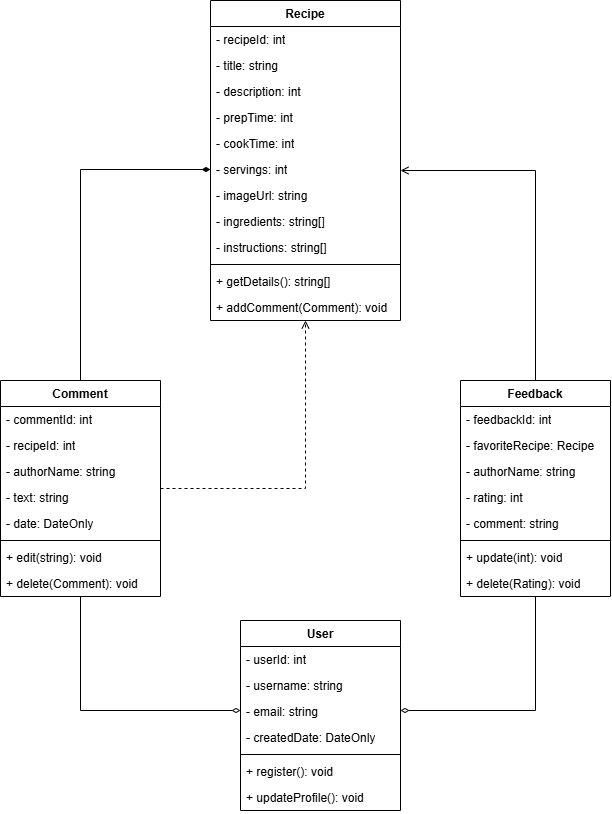
k-joshh/PicnicBites keeps this draw.io diagram as class_diagram.png. Above is the earlier version. Source tidied: cells renumbered, new cells last; positions are measured from the earlier drawing's top-left corner, leaving out a move shared by most shapes. Source of this version:
```xml
<mxGraphModel>
  <root>
    <mxCell id="0" />
    <mxCell id="1" parent="0" />
    <mxCell id="2" value="Recipe" style="swimlane;fontStyle=1;align=center;verticalAlign=top;horizontal=1;startSize=26;whiteSpace=wrap;html=1;" parent="1" vertex="1">
      <mxGeometry x="210" width="190" height="320" as="geometry" />
    </mxCell>
    <mxCell id="3" value="- recipeId: int" style="text;strokeColor=none;fillColor=none;align=left;verticalAlign=top;spacingLeft=4;spacingRight=4;overflow=hidden;whiteSpace=wrap;html=1;" parent="2" vertex="1">
      <mxGeometry y="26" width="190" height="26" as="geometry" />
    </mxCell>
    <mxCell id="4" value="- title: string" style="text;strokeColor=none;fillColor=none;align=left;verticalAlign=top;spacingLeft=4;spacingRight=4;overflow=hidden;whiteSpace=wrap;html=1;" parent="2" vertex="1">
      <mxGeometry y="52" width="190" height="26" as="geometry" />
    </mxCell>
    <mxCell id="5" value="- description: int" style="text;strokeColor=none;fillColor=none;align=left;verticalAlign=top;spacingLeft=4;spacingRight=4;overflow=hidden;whiteSpace=wrap;html=1;" parent="2" vertex="1">
      <mxGeometry y="78" width="190" height="26" as="geometry" />
    </mxCell>
    <mxCell id="6" value="- prepTime: int" style="text;strokeColor=none;fillColor=none;align=left;verticalAlign=top;spacingLeft=4;spacingRight=4;overflow=hidden;whiteSpace=wrap;html=1;" parent="2" vertex="1">
      <mxGeometry y="104" width="190" height="26" as="geometry" />
    </mxCell>
    <mxCell id="7" value="- cookTime: int" style="text;strokeColor=none;fillColor=none;align=left;verticalAlign=top;spacingLeft=4;spacingRight=4;overflow=hidden;whiteSpace=wrap;html=1;" parent="2" vertex="1">
      <mxGeometry y="130" width="190" height="26" as="geometry" />
    </mxCell>
    <mxCell id="8" value="- servings: int" style="text;strokeColor=none;fillColor=none;align=left;verticalAlign=top;spacingLeft=4;spacingRight=4;overflow=hidden;points=[[0,0.5],[1,0.5]];portConstraint=eastwest;whiteSpace=wrap;html=1;" parent="2" vertex="1">
      <mxGeometry y="156" width="190" height="26" as="geometry" />
    </mxCell>
    <mxCell id="9" value="- imageUrl: string" style="text;strokeColor=none;fillColor=none;align=left;verticalAlign=top;spacingLeft=4;spacingRight=4;overflow=hidden;whiteSpace=wrap;html=1;" parent="2" vertex="1">
      <mxGeometry y="182" width="190" height="26" as="geometry" />
    </mxCell>
    <mxCell id="10" value="- ingredients: string[]" style="text;strokeColor=none;fillColor=none;align=left;verticalAlign=top;spacingLeft=4;spacingRight=4;overflow=hidden;whiteSpace=wrap;html=1;" parent="2" vertex="1">
      <mxGeometry y="208" width="190" height="26" as="geometry" />
    </mxCell>
    <mxCell id="11" value="- instructions: string[]" style="text;strokeColor=none;fillColor=none;align=left;verticalAlign=top;spacingLeft=4;spacingRight=4;overflow=hidden;whiteSpace=wrap;html=1;" parent="2" vertex="1">
      <mxGeometry y="234" width="190" height="26" as="geometry" />
    </mxCell>
    <mxCell id="12" style="line;strokeWidth=1;fillColor=none;align=left;verticalAlign=middle;spacingTop=-1;spacingLeft=3;spacingRight=3;labelPosition=right;strokeColor=inherit;" parent="2" vertex="1">
      <mxGeometry y="260" width="190" height="8" as="geometry" />
    </mxCell>
    <mxCell id="13" value="+ getDetails(): string[]" style="text;strokeColor=none;fillColor=none;align=left;verticalAlign=top;spacingLeft=4;spacingRight=4;overflow=hidden;whiteSpace=wrap;html=1;" parent="2" vertex="1">
      <mxGeometry y="268" width="190" height="26" as="geometry" />
    </mxCell>
    <mxCell id="14" value="+ addComment(Comment): void" style="text;strokeColor=none;fillColor=none;align=left;verticalAlign=top;spacingLeft=4;spacingRight=4;overflow=hidden;whiteSpace=wrap;html=1;" parent="2" vertex="1">
      <mxGeometry y="294" width="190" height="26" as="geometry" />
    </mxCell>
    <mxCell id="15" style="edgeStyle=orthogonalEdgeStyle;rounded=0;jettySize=auto;html=1;endArrow=open;endFill=0;dashed=1;" parent="1" edge="1" source="17" target="2">
      <mxGeometry relative="1" as="geometry" />
    </mxCell>
    <mxCell id="16" style="edgeStyle=orthogonalEdgeStyle;rounded=0;jettySize=auto;html=1;endArrow=diamondThin;endFill=0;" parent="1" edge="1" source="17" target="38">
      <mxGeometry relative="1" as="geometry">
        <Array as="points">
          <mxPoint x="80" y="710" />
        </Array>
      </mxGeometry>
    </mxCell>
    <mxCell id="17" value="Comment" style="swimlane;fontStyle=1;align=center;verticalAlign=top;horizontal=1;startSize=26;whiteSpace=wrap;html=1;" parent="1" vertex="1">
      <mxGeometry y="380" width="160" height="216" as="geometry" />
    </mxCell>
    <mxCell id="18" value="- commentId: int" style="text;strokeColor=none;fillColor=none;align=left;verticalAlign=top;spacingLeft=4;spacingRight=4;overflow=hidden;whiteSpace=wrap;html=1;" parent="17" vertex="1">
      <mxGeometry y="26" width="160" height="26" as="geometry" />
    </mxCell>
    <mxCell id="19" value="- recipeId: int" style="text;strokeColor=none;fillColor=none;align=left;verticalAlign=top;spacingLeft=4;spacingRight=4;overflow=hidden;whiteSpace=wrap;html=1;" parent="17" vertex="1">
      <mxGeometry y="52" width="160" height="26" as="geometry" />
    </mxCell>
    <mxCell id="20" value="- authorName: string" style="text;strokeColor=none;fillColor=none;align=left;verticalAlign=top;spacingLeft=4;spacingRight=4;overflow=hidden;whiteSpace=wrap;html=1;" parent="17" vertex="1">
      <mxGeometry y="78" width="160" height="26" as="geometry" />
    </mxCell>
    <mxCell id="21" value="- text: string" style="text;strokeColor=none;fillColor=none;align=left;verticalAlign=top;spacingLeft=4;spacingRight=4;overflow=hidden;whiteSpace=wrap;html=1;" parent="17" vertex="1">
      <mxGeometry y="104" width="160" height="26" as="geometry" />
    </mxCell>
    <mxCell id="22" value="- date: DateOnly" style="text;strokeColor=none;fillColor=none;align=left;verticalAlign=top;spacingLeft=4;spacingRight=4;overflow=hidden;whiteSpace=wrap;html=1;" parent="17" vertex="1">
      <mxGeometry y="130" width="160" height="26" as="geometry" />
    </mxCell>
    <mxCell id="23" style="line;strokeWidth=1;fillColor=none;align=left;verticalAlign=middle;spacingTop=-1;spacingLeft=3;spacingRight=3;labelPosition=right;strokeColor=inherit;" parent="17" vertex="1">
      <mxGeometry y="156" width="160" height="8" as="geometry" />
    </mxCell>
    <mxCell id="24" value="+ edit(string): void" style="text;strokeColor=none;fillColor=none;align=left;verticalAlign=top;spacingLeft=4;spacingRight=4;overflow=hidden;whiteSpace=wrap;html=1;" parent="17" vertex="1">
      <mxGeometry y="164" width="160" height="26" as="geometry" />
    </mxCell>
    <mxCell id="25" value="+ delete(Comment): void" style="text;strokeColor=none;fillColor=none;align=left;verticalAlign=top;spacingLeft=4;spacingRight=4;overflow=hidden;whiteSpace=wrap;html=1;" parent="17" vertex="1">
      <mxGeometry y="190" width="160" height="26" as="geometry" />
    </mxCell>
    <mxCell id="26" style="edgeStyle=orthogonalEdgeStyle;rounded=0;jettySize=auto;html=1;endArrow=open;endFill=0;" parent="1" edge="1" source="28" target="2">
      <mxGeometry relative="1" as="geometry">
        <Array as="points">
          <mxPoint x="535" y="170" />
        </Array>
      </mxGeometry>
    </mxCell>
    <mxCell id="27" style="edgeStyle=orthogonalEdgeStyle;rounded=0;jettySize=auto;html=1;endArrow=diamondThin;endFill=0;" parent="1" edge="1" source="28" target="38">
      <mxGeometry relative="1" as="geometry">
        <Array as="points">
          <mxPoint x="535" y="710" />
        </Array>
      </mxGeometry>
    </mxCell>
    <mxCell id="28" value="Feedback" style="swimlane;fontStyle=1;align=center;verticalAlign=top;horizontal=1;startSize=26;whiteSpace=wrap;html=1;" parent="1" vertex="1">
      <mxGeometry x="460" y="380" width="150" height="216" as="geometry" />
    </mxCell>
    <mxCell id="29" value="- feedbackId: int" style="text;strokeColor=none;fillColor=none;align=left;verticalAlign=top;spacingLeft=4;spacingRight=4;overflow=hidden;whiteSpace=wrap;html=1;" parent="28" vertex="1">
      <mxGeometry y="26" width="150" height="26" as="geometry" />
    </mxCell>
    <mxCell id="30" value="- favoriteRecipe: Recipe" style="text;strokeColor=none;fillColor=none;align=left;verticalAlign=top;spacingLeft=4;spacingRight=4;overflow=hidden;whiteSpace=wrap;html=1;" parent="28" vertex="1">
      <mxGeometry y="52" width="150" height="26" as="geometry" />
    </mxCell>
    <mxCell id="31" value="- authorName: string" style="text;strokeColor=none;fillColor=none;align=left;verticalAlign=top;spacingLeft=4;spacingRight=4;overflow=hidden;whiteSpace=wrap;html=1;" parent="28" vertex="1">
      <mxGeometry y="78" width="150" height="26" as="geometry" />
    </mxCell>
    <mxCell id="32" value="- rating: int" style="text;strokeColor=none;fillColor=none;align=left;verticalAlign=top;spacingLeft=4;spacingRight=4;overflow=hidden;whiteSpace=wrap;html=1;" parent="28" vertex="1">
      <mxGeometry y="104" width="150" height="26" as="geometry" />
    </mxCell>
    <mxCell id="33" value="- comment: string" style="text;strokeColor=none;fillColor=none;align=left;verticalAlign=top;spacingLeft=4;spacingRight=4;overflow=hidden;whiteSpace=wrap;html=1;" parent="28" vertex="1">
      <mxGeometry y="130" width="150" height="26" as="geometry" />
    </mxCell>
    <mxCell id="34" style="line;strokeWidth=1;fillColor=none;align=left;verticalAlign=middle;spacingTop=-1;spacingLeft=3;spacingRight=3;labelPosition=right;strokeColor=inherit;" parent="28" vertex="1">
      <mxGeometry y="156" width="150" height="8" as="geometry" />
    </mxCell>
    <mxCell id="35" value="+ update(int): void" style="text;strokeColor=none;fillColor=none;align=left;verticalAlign=top;spacingLeft=4;spacingRight=4;overflow=hidden;whiteSpace=wrap;html=1;" parent="28" vertex="1">
      <mxGeometry y="164" width="150" height="26" as="geometry" />
    </mxCell>
    <mxCell id="36" value="+ delete(Rating): void" style="text;strokeColor=none;fillColor=none;align=left;verticalAlign=top;spacingLeft=4;spacingRight=4;overflow=hidden;whiteSpace=wrap;html=1;" parent="28" vertex="1">
      <mxGeometry y="190" width="150" height="26" as="geometry" />
    </mxCell>
    <mxCell id="37" style="edgeStyle=orthogonalEdgeStyle;rounded=0;jettySize=auto;html=1;endArrow=none;endFill=0;startArrow=diamondThin;startFill=1;" parent="1" edge="1" source="8" target="17">
      <mxGeometry relative="1" as="geometry" />
    </mxCell>
    <mxCell id="38" value="User" style="swimlane;fontStyle=1;align=center;verticalAlign=top;horizontal=1;startSize=26;whiteSpace=wrap;html=1;" parent="1" vertex="1">
      <mxGeometry x="240" y="620" width="160" height="190" as="geometry" />
    </mxCell>
    <mxCell id="39" value="- userId: int" style="text;strokeColor=none;fillColor=none;align=left;verticalAlign=top;spacingLeft=4;spacingRight=4;overflow=hidden;whiteSpace=wrap;html=1;" parent="38" vertex="1">
      <mxGeometry y="26" width="160" height="26" as="geometry" />
    </mxCell>
    <mxCell id="40" value="- username: string" style="text;strokeColor=none;fillColor=none;align=left;verticalAlign=top;spacingLeft=4;spacingRight=4;overflow=hidden;whiteSpace=wrap;html=1;" parent="38" vertex="1">
      <mxGeometry y="52" width="160" height="26" as="geometry" />
    </mxCell>
    <mxCell id="41" value="- email: string" style="text;strokeColor=none;fillColor=none;align=left;verticalAlign=top;spacingLeft=4;spacingRight=4;overflow=hidden;whiteSpace=wrap;html=1;" parent="38" vertex="1">
      <mxGeometry y="78" width="160" height="26" as="geometry" />
    </mxCell>
    <mxCell id="42" value="- createdDate: DateOnly" style="text;strokeColor=none;fillColor=none;align=left;verticalAlign=top;spacingLeft=4;spacingRight=4;overflow=hidden;whiteSpace=wrap;html=1;" parent="38" vertex="1">
      <mxGeometry y="104" width="160" height="26" as="geometry" />
    </mxCell>
    <mxCell id="43" style="line;strokeWidth=1;fillColor=none;align=left;verticalAlign=middle;spacingTop=-1;spacingLeft=3;spacingRight=3;labelPosition=right;strokeColor=inherit;" parent="38" vertex="1">
      <mxGeometry y="130" width="160" height="8" as="geometry" />
    </mxCell>
    <mxCell id="44" value="+ register(): void" style="text;strokeColor=none;fillColor=none;align=left;verticalAlign=top;spacingLeft=4;spacingRight=4;overflow=hidden;whiteSpace=wrap;html=1;" parent="38" vertex="1">
      <mxGeometry y="138" width="160" height="26" as="geometry" />
    </mxCell>
    <mxCell id="45" value="+ updateProfile(): void" style="text;strokeColor=none;fillColor=none;align=left;verticalAlign=top;spacingLeft=4;spacingRight=4;overflow=hidden;whiteSpace=wrap;html=1;" parent="38" vertex="1">
      <mxGeometry y="164" width="160" height="26" as="geometry" />
    </mxCell>
  </root>
</mxGraphModel>
```
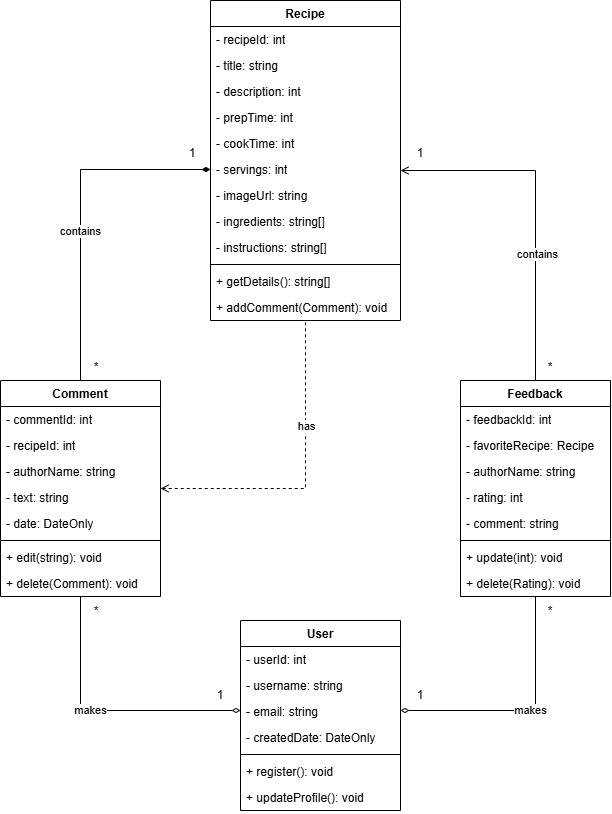
The same file after the commit.

Commit message:
docs: updated class diagram

What changed in the source:
```diff
@@ -41,9 +41,12 @@
     <mxCell id="14" value="+ addComment(Comment): void" style="text;strokeColor=none;fillColor=none;align=left;verticalAlign=top;spacingLeft=4;spacingRight=4;overflow=hidden;whiteSpace=wrap;html=1;" parent="2" vertex="1">
       <mxGeometry y="294" width="190" height="26" as="geometry" />
     </mxCell>
-    <mxCell id="15" style="edgeStyle=orthogonalEdgeStyle;rounded=0;jettySize=auto;html=1;endArrow=open;endFill=0;dashed=1;" parent="1" edge="1" source="17" target="2">
+    <mxCell id="15" style="edgeStyle=orthogonalEdgeStyle;rounded=0;jettySize=auto;html=1;endArrow=none;endFill=0;dashed=1;startArrow=open;startFill=0;" parent="1" edge="1" source="17" target="2">
       <mxGeometry relative="1" as="geometry" />
     </mxCell>
+    <mxCell id="46" value="has" style="edgeLabel;html=1;align=center;verticalAlign=middle;" parent="15" vertex="1">
+      <mxGeometry x="0.33" relative="1" as="geometry" />
+    </mxCell>
     <mxCell id="16" style="edgeStyle=orthogonalEdgeStyle;rounded=0;jettySize=auto;html=1;endArrow=diamondThin;endFill=0;" parent="1" edge="1" source="17" target="38">
       <mxGeometry relative="1" as="geometry">
         <Array as="points">
@@ -51,6 +54,9 @@
         </Array>
       </mxGeometry>
     </mxCell>
+    <mxCell id="47" value="makes" style="edgeLabel;html=1;align=center;verticalAlign=middle;" parent="16" vertex="1">
+      <mxGeometry x="-0.1" y="1" relative="1" as="geometry" />
+    </mxCell>
     <mxCell id="17" value="Comment" style="swimlane;fontStyle=1;align=center;verticalAlign=top;horizontal=1;startSize=26;whiteSpace=wrap;html=1;" parent="1" vertex="1">
       <mxGeometry y="380" width="160" height="216" as="geometry" />
     </mxCell>
@@ -85,6 +91,9 @@
         </Array>
       </mxGeometry>
     </mxCell>
+    <mxCell id="48" value="contains" style="edgeLabel;html=1;align=center;verticalAlign=middle;" parent="26" vertex="1">
+      <mxGeometry x="-0.27" y="-1" relative="1" as="geometry" />
+    </mxCell>
     <mxCell id="27" style="edgeStyle=orthogonalEdgeStyle;rounded=0;jettySize=auto;html=1;endArrow=diamondThin;endFill=0;" parent="1" edge="1" source="28" target="38">
       <mxGeometry relative="1" as="geometry">
         <Array as="points">
@@ -92,6 +101,9 @@
         </Array>
       </mxGeometry>
     </mxCell>
+    <mxCell id="49" value="makes" style="edgeLabel;html=1;align=center;verticalAlign=middle;" parent="27" vertex="1">
+      <mxGeometry x="-0.04" relative="1" as="geometry" />
+    </mxCell>
     <mxCell id="28" value="Feedback" style="swimlane;fontStyle=1;align=center;verticalAlign=top;horizontal=1;startSize=26;whiteSpace=wrap;html=1;" parent="1" vertex="1">
       <mxGeometry x="460" y="380" width="150" height="216" as="geometry" />
     </mxCell>
@@ -122,6 +134,9 @@
     <mxCell id="37" style="edgeStyle=orthogonalEdgeStyle;rounded=0;jettySize=auto;html=1;endArrow=none;endFill=0;startArrow=diamondThin;startFill=1;" parent="1" edge="1" source="8" target="17">
       <mxGeometry relative="1" as="geometry" />
     </mxCell>
+    <mxCell id="50" value="contains" style="edgeLabel;html=1;align=center;verticalAlign=middle;" parent="37" vertex="1">
+      <mxGeometry x="0.12" y="-1" relative="1" as="geometry" />
+    </mxCell>
     <mxCell id="38" value="User" style="swimlane;fontStyle=1;align=center;verticalAlign=top;horizontal=1;startSize=26;whiteSpace=wrap;html=1;" parent="1" vertex="1">
       <mxGeometry x="240" y="620" width="160" height="190" as="geometry" />
     </mxCell>
@@ -146,5 +161,29 @@
     <mxCell id="45" value="+ updateProfile(): void" style="text;strokeColor=none;fillColor=none;align=left;verticalAlign=top;spacingLeft=4;spacingRight=4;overflow=hidden;whiteSpace=wrap;html=1;" parent="38" vertex="1">
       <mxGeometry y="164" width="160" height="26" as="geometry" />
     </mxCell>
+    <mxCell id="51" value="1" style="text;html=1;whiteSpace=wrap;strokeColor=none;fillColor=none;align=center;verticalAlign=middle;rounded=0;" parent="1" vertex="1">
+      <mxGeometry x="162" y="138" width="60" height="30" as="geometry" />
+    </mxCell>
+    <mxCell id="52" value="*" style="text;html=1;whiteSpace=wrap;strokeColor=none;fillColor=none;align=center;verticalAlign=middle;rounded=0;" parent="1" vertex="1">
+      <mxGeometry x="66" y="352" width="60" height="30" as="geometry" />
+    </mxCell>
+    <mxCell id="53" value="*" style="text;html=1;whiteSpace=wrap;strokeColor=none;fillColor=none;align=center;verticalAlign=middle;rounded=0;" parent="1" vertex="1">
+      <mxGeometry x="66" y="596" width="60" height="30" as="geometry" />
+    </mxCell>
+    <mxCell id="54" value="1" style="text;html=1;whiteSpace=wrap;strokeColor=none;fillColor=none;align=center;verticalAlign=middle;rounded=0;" parent="1" vertex="1">
+      <mxGeometry x="190" y="680" width="60" height="30" as="geometry" />
+    </mxCell>
+    <mxCell id="55" value="1" style="text;html=1;whiteSpace=wrap;strokeColor=none;fillColor=none;align=center;verticalAlign=middle;rounded=0;" parent="1" vertex="1">
+      <mxGeometry x="390" y="680" width="60" height="30" as="geometry" />
+    </mxCell>
+    <mxCell id="56" value="*" style="text;html=1;whiteSpace=wrap;strokeColor=none;fillColor=none;align=center;verticalAlign=middle;rounded=0;" parent="1" vertex="1">
+      <mxGeometry x="520" y="596" width="60" height="30" as="geometry" />
+    </mxCell>
+    <mxCell id="57" value="1" style="text;html=1;whiteSpace=wrap;strokeColor=none;fillColor=none;align=center;verticalAlign=middle;rounded=0;" parent="1" vertex="1">
+      <mxGeometry x="390" y="138" width="60" height="30" as="geometry" />
+    </mxCell>
+    <mxCell id="58" value="*" style="text;html=1;whiteSpace=wrap;strokeColor=none;fillColor=none;align=center;verticalAlign=middle;rounded=0;" parent="1" vertex="1">
+      <mxGeometry x="520" y="352" width="60" height="30" as="geometry" />
+    </mxCell>
   </root>
 </mxGraphModel>
```
